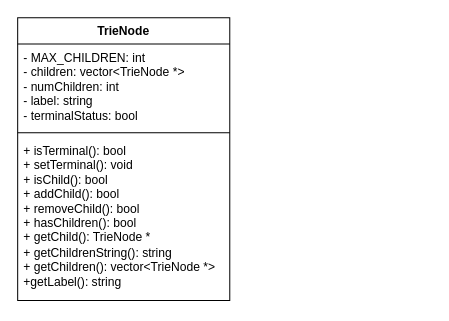
The draw.io diagram draw/uml.drawio in loganhartford/ece250_p3, before the edit. Source tidied: cells renumbered, new cells numbered last; positions are measured from the earlier drawing's top-left corner, leaving out a move shared by most shapes. Both pictures are drawn from the tidied source at 101%, with x=0, y=0 at pixel (17, 17).
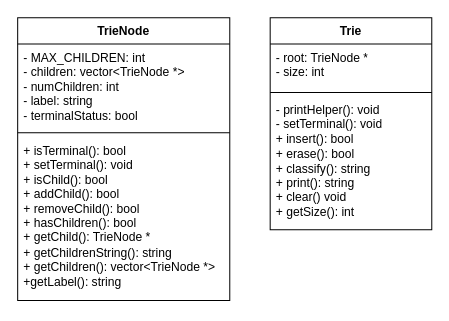
The same page after the edit.

What changed in the source:
```diff
@@
 <mxGraphModel>
   <root>
     <mxCell id="0" />
     <mxCell id="1" parent="0" />
     <mxCell id="2" value="TrieNode" style="swimlane;fontStyle=1;align=center;verticalAlign=top;horizontal=1;startSize=26;whiteSpace=wrap;html=1;" parent="1" vertex="1">
       <mxGeometry width="210" height="280" as="geometry" />
     </mxCell>
     <mxCell id="3" value="- MAX_CHILDREN: int&lt;div&gt;- children: vector&amp;lt;TrieNode *&amp;gt;&lt;/div&gt;&lt;div&gt;- numChildren: int&lt;/div&gt;&lt;div&gt;- label: string&lt;/div&gt;&lt;div&gt;- terminalStatus: bool&lt;/div&gt;" style="text;strokeColor=none;fillColor=none;align=left;verticalAlign=top;spacingLeft=4;spacingRight=4;overflow=hidden;whiteSpace=wrap;html=1;" parent="2" vertex="1">
       <mxGeometry y="26" width="210" height="84" as="geometry" />
     </mxCell>
     <mxCell id="4" style="line;strokeWidth=1;fillColor=none;align=left;verticalAlign=middle;spacingTop=-1;spacingLeft=3;spacingRight=3;labelPosition=right;strokeColor=inherit;" parent="2" vertex="1">
       <mxGeometry y="110" width="210" height="8" as="geometry" />
     </mxCell>
     <mxCell id="5" value="+ isTerminal(): bool&lt;div&gt;+ setTerminal(): void&lt;/div&gt;&lt;div&gt;+ isChild(): bool&lt;/div&gt;&lt;div&gt;+ addChild(): bool&lt;/div&gt;&lt;div&gt;+ removeChild(): bool&lt;/div&gt;&lt;div&gt;+ hasChildren(): bool&lt;/div&gt;&lt;div&gt;+ getChild(): TrieNode *&lt;/div&gt;&lt;div&gt;+ getChildrenString(): string&lt;/div&gt;&lt;div&gt;+ getChildren(): vector&amp;lt;TrieNode *&amp;gt;&lt;/div&gt;&lt;div&gt;+getLabel(): string&lt;/div&gt;&lt;div&gt;&lt;br&gt;&lt;/div&gt;" style="text;strokeColor=none;fillColor=none;align=left;verticalAlign=top;spacingLeft=4;spacingRight=4;overflow=hidden;whiteSpace=wrap;html=1;" parent="2" vertex="1">
       <mxGeometry y="118" width="210" height="162" as="geometry" />
     </mxCell>
+    <mxCell id="6" value="Trie" style="swimlane;fontStyle=1;align=center;verticalAlign=top;horizontal=1;startSize=26;whiteSpace=wrap;html=1;" parent="1" vertex="1">
+      <mxGeometry x="250" width="160" height="210" as="geometry" />
+    </mxCell>
+    <mxCell id="7" value="- root: TrieNode *&lt;div&gt;- size: int&lt;/div&gt;" style="text;strokeColor=none;fillColor=none;align=left;verticalAlign=top;spacingLeft=4;spacingRight=4;overflow=hidden;whiteSpace=wrap;html=1;" parent="6" vertex="1">
+      <mxGeometry y="26" width="160" height="44" as="geometry" />
+    </mxCell>
+    <mxCell id="8" style="line;strokeWidth=1;fillColor=none;align=left;verticalAlign=middle;spacingTop=-1;spacingLeft=3;spacingRight=3;labelPosition=right;strokeColor=inherit;" parent="6" vertex="1">
+      <mxGeometry y="70" width="160" height="8" as="geometry" />
+    </mxCell>
+    <mxCell id="9" value="- printHelper(): void&lt;div&gt;- setTerminal(): void&lt;/div&gt;&lt;div&gt;+ insert(): bool&lt;/div&gt;&lt;div&gt;+ erase(): bool&lt;/div&gt;&lt;div&gt;+ classify(): string&lt;/div&gt;&lt;div&gt;+ print(): string&lt;/div&gt;&lt;div&gt;+ clear() void&lt;/div&gt;&lt;div&gt;+ getSize(): int&lt;/div&gt;" style="text;strokeColor=none;fillColor=none;align=left;verticalAlign=top;spacingLeft=4;spacingRight=4;overflow=hidden;whiteSpace=wrap;html=1;" parent="6" vertex="1">
+      <mxGeometry y="78" width="160" height="132" as="geometry" />
+    </mxCell>
   </root>
 </mxGraphModel>
```
